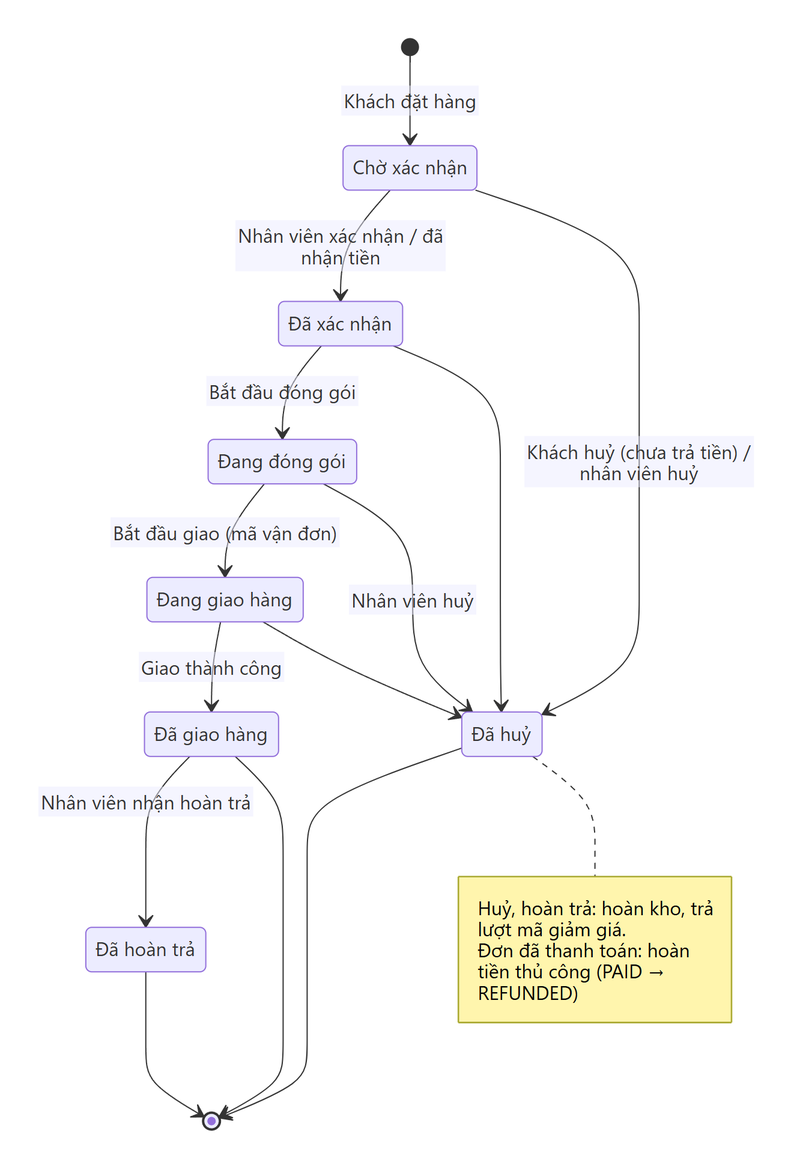
Above: docs/bao-ve/so-do/trang-thai-don.png in khanhdat1/Do_An (Mermaid), before the change. Its source is kept beside it as docs/bao-ve/so-do/trang-thai-don.mmd. Its diagram source:
```mermaid
stateDiagram-v2
  direction TB
  state "Chờ xác nhận" as PENDING
  state "Đã xác nhận" as CONFIRMED
  state "Đang đóng gói" as PACKING
  state "Đang giao hàng" as SHIPPING
  state "Đã giao hàng" as DELIVERED
  state "Đã huỷ" as CANCELLED
  state "Đã hoàn trả" as RETURNED
  [*] --> PENDING: Khách đặt hàng
  PENDING --> CONFIRMED: Nhân viên xác nhận / đã nhận tiền
  CONFIRMED --> PACKING: Bắt đầu đóng gói
  PACKING --> SHIPPING: Bắt đầu giao (mã vận đơn)
  SHIPPING --> DELIVERED: Giao thành công
  PENDING --> CANCELLED: Khách huỷ (chưa trả tiền) / nhân viên huỷ
  CONFIRMED --> CANCELLED
  PACKING --> CANCELLED: Nhân viên huỷ
  SHIPPING --> CANCELLED
  DELIVERED --> RETURNED: Nhân viên nhận hoàn trả
  DELIVERED --> [*]
  CANCELLED --> [*]
  RETURNED --> [*]
  note right of CANCELLED
    Huỷ, hoàn trả: hoàn kho, trả lượt mã giảm giá.
    Đơn đã thanh toán: hoàn tiền thủ công (PAID → REFUNDED)
  end note
```
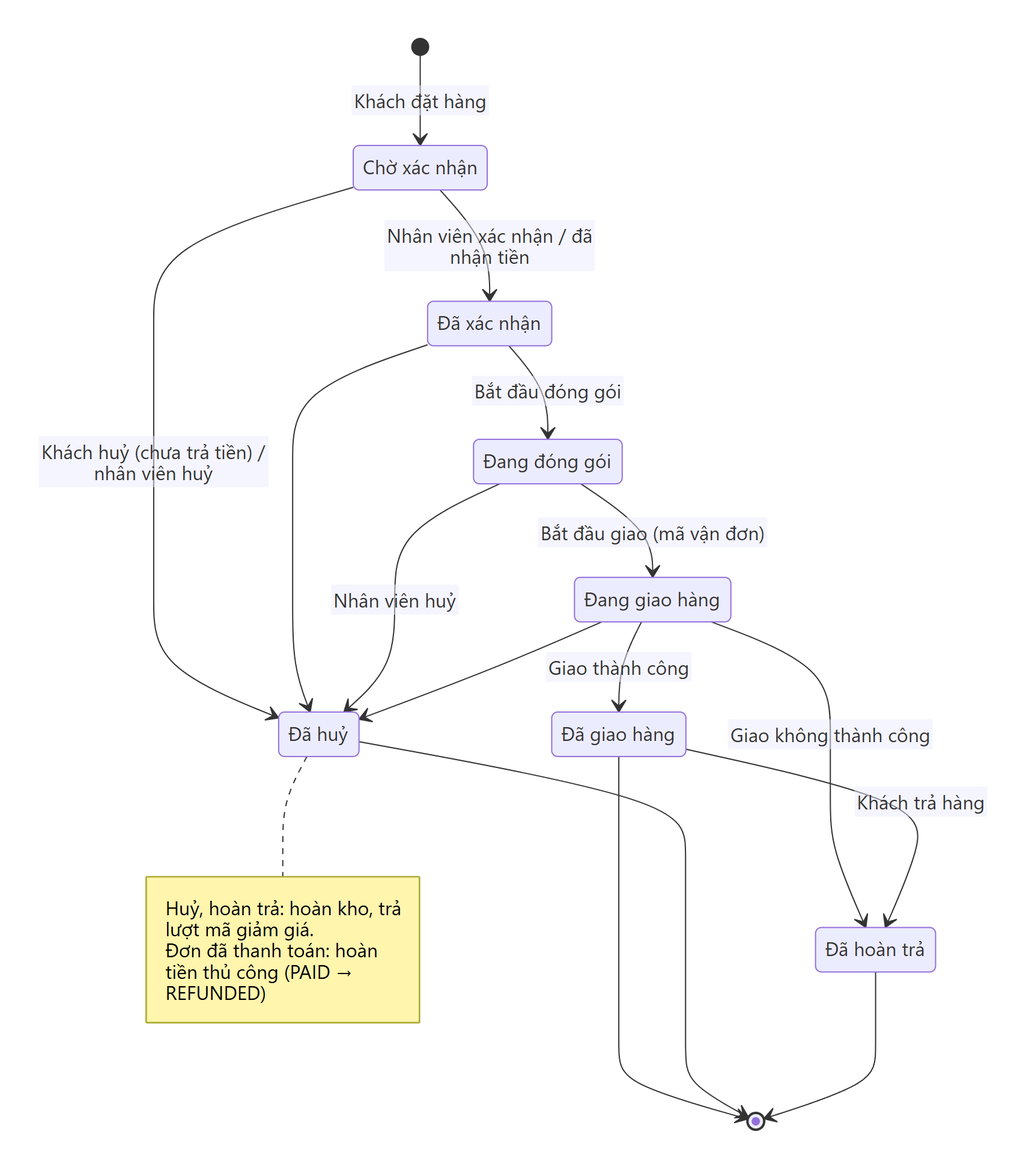
The same diagram one commit later.

Change to the diagram source:
```diff
@@ -16,7 +16,8 @@
   CONFIRMED --> CANCELLED
   PACKING --> CANCELLED: Nhân viên huỷ
   SHIPPING --> CANCELLED
-  DELIVERED --> RETURNED: Nhân viên nhận hoàn trả
+  SHIPPING --> RETURNED: Giao không thành công
+  DELIVERED --> RETURNED: Khách trả hàng
   DELIVERED --> [*]
   CANCELLED --> [*]
   RETURNED --> [*]
```
